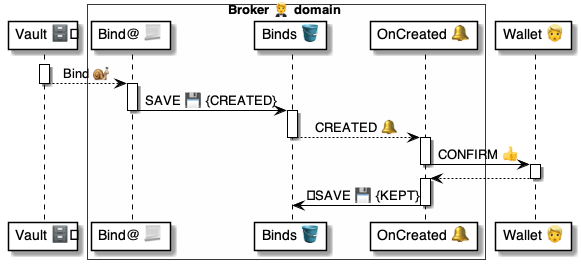
Earlier version of the PlantUML export 4 ⚙️ Solution/20 🧑‍🦰 UI/Brokers 🤵/🤵🪣 Broker tables/Binds 🔗 table/🪣🔔 on Detailed/🤵 OnBindDetailed ⚙️ uml.png (pollyweb-org/pollyweb-docs). Its source is kept beside it as 4 ⚙️ Solution/20 🧑‍🦰 UI/Brokers 🤵/🤵🪣 Broker tables/Binds 🔗 table/🪣🔔 on Detailed/🤵 OnBindDetailed ⚙️ uml.puml.
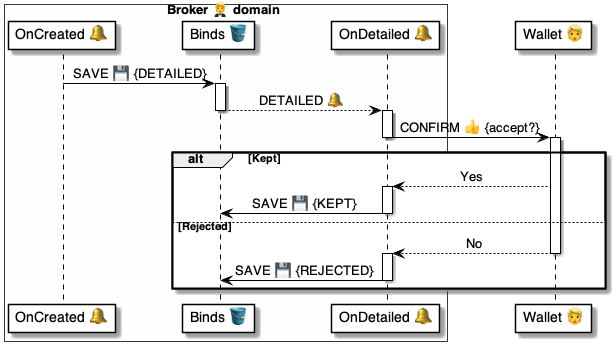
After the change.

Change to the diagram source:
```diff
@@ -1,39 +1,44 @@
 @startuml OnBindDetailed
 
-participant "Vault 🗄️" as vault
 
 box Broker 🤵 domain #FFFFFA
-    participant "Bind@ 📃" as script
+    participant "OnCreated 🔔" as created
     participant "Binds 🪣" as binds
-    participant "OnCreated 🔔" as handler
+    participant "OnDetailed 🔔" as detailed
 end box
 
 participant "Wallet 👱" as wallet
 
 
-activate vault
-    vault --> script: Bind 🐌
-deactivate vault
 
-activate script
-    script -> binds: SAVE 💾 {CREATED}
-deactivate script
-
+created -> binds: SAVE 💾 {DETAILED}
 activate binds
-    binds --> handler: CREATED 🔔
+    binds --> detailed: DETAILED 🔔
 deactivate binds
 
-activate handler
-    handler -> wallet: CONFIRM 👍
-deactivate handler
+activate detailed
+    detailed -> wallet: CONFIRM 👍 {accept?}
+deactivate detailed
 
-activate wallet
-    wallet --> handler:
-deactivate wallet
+alt Kept
 
-activate handler
-    handler ->  binds: ️SAVE 💾 {KEPT}
-deactivate handler
+    activate wallet
+        wallet --> detailed: Yes
+
+    activate detailed
+        detailed ->  binds: SAVE 💾 {KEPT}
+    deactivate detailed
 
 
+else Rejected
+
+        wallet --> detailed: No
+    deactivate wallet
+
+    activate detailed
+        detailed ->  binds: SAVE 💾 {REJECTED}
+    deactivate detailed
+
+end alt
+
 @enduml
```
